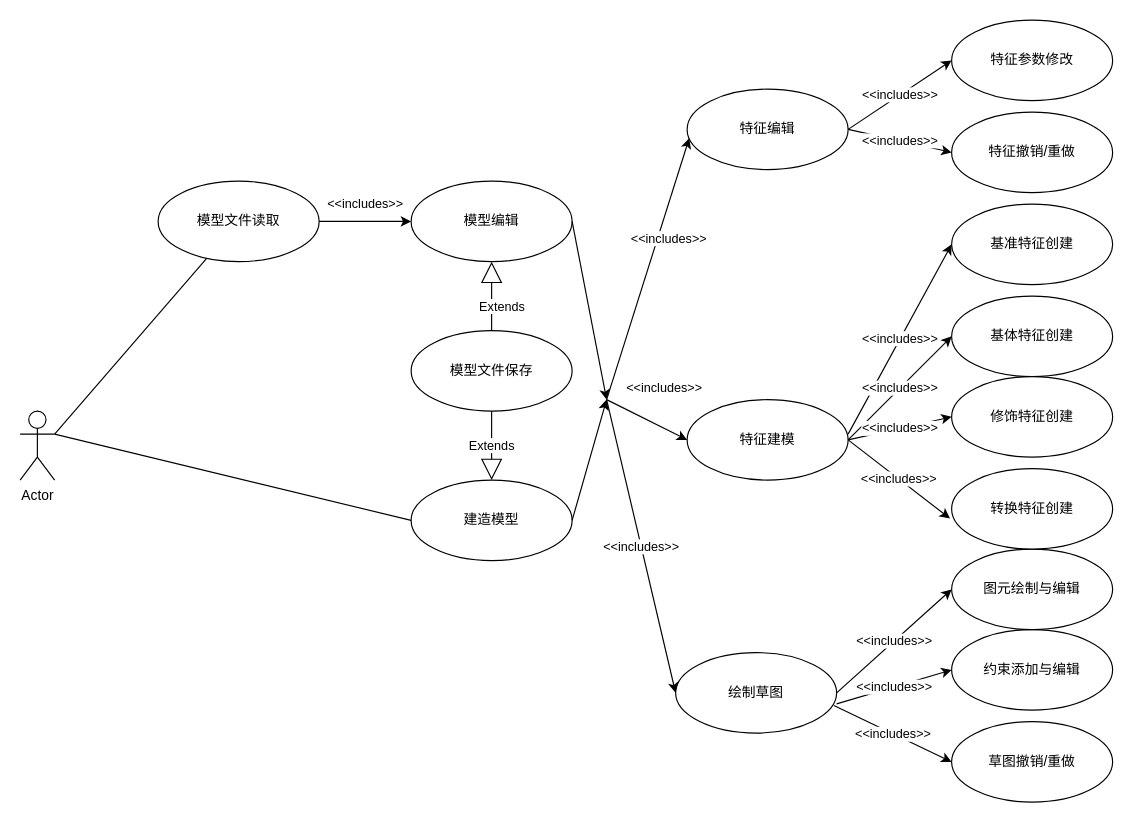
Earlier version of the draw.io diagram 用例图.drawio (liuhuliuhu123/First-test). Source tidied: cells renumbered, new cells numbered last; positions are measured from the earlier drawing's top-left corner, leaving out a move shared by most shapes. Both pictures are drawn from the tidied source at 115%, with x=0, y=0 at pixel (20, 20).
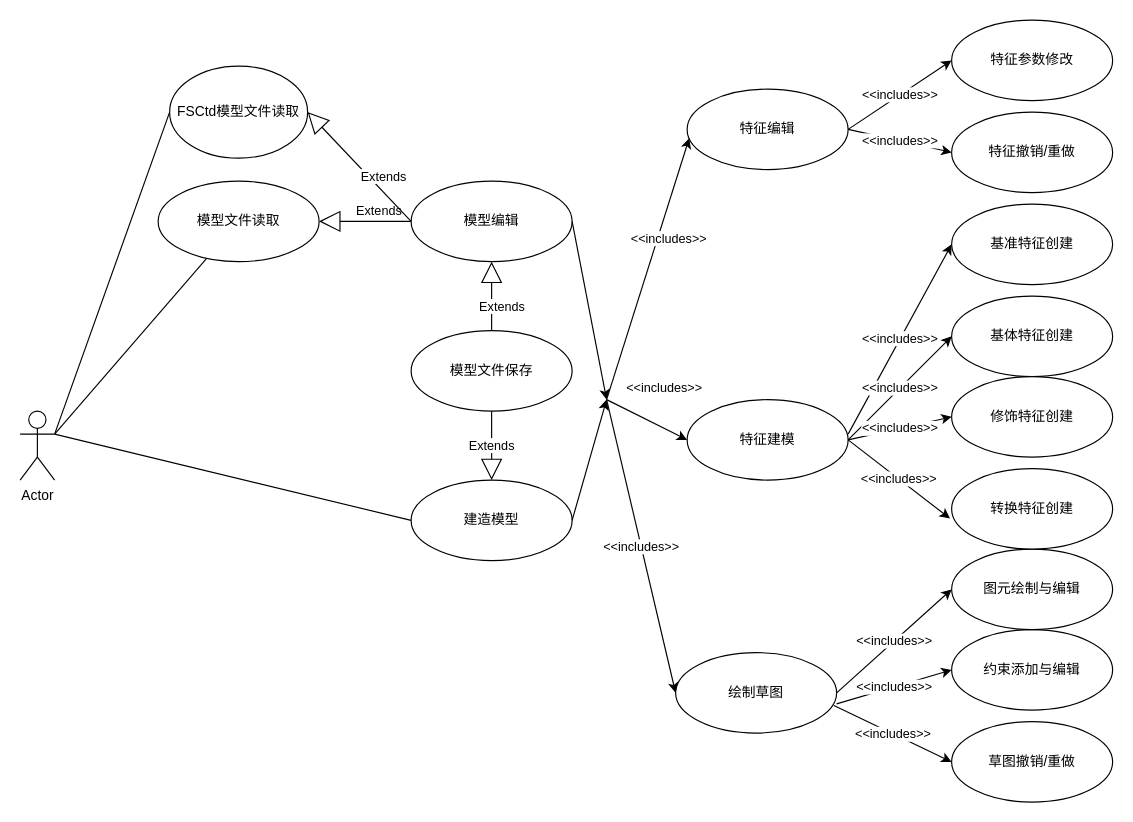
The same diagram, later.

Commit message:
更新用例图.drawio

The change refers to these unchanged cells:
```xml
<mxCell id="2" value="Actor" style="shape=umlActor;verticalLabelPosition=bottom;verticalAlign=top;html=1;" parent="1" vertex="1">
  <mxGeometry y="340" width="30" height="60" as="geometry" />
</mxCell>
<mxCell id="7" value="模型文件读取" style="ellipse;whiteSpace=wrap;html=1;" parent="1" vertex="1">
  <mxGeometry x="120" y="140" width="140" height="70" as="geometry" />
</mxCell>
<mxCell id="26" value="模型编辑" style="ellipse;whiteSpace=wrap;html=1;" parent="1" vertex="1">
  <mxGeometry x="340" y="140" width="140" height="70" as="geometry" />
</mxCell>
```

The edit, as a diff of the source:
```diff
@@
-    <mxCell id="25" value="&amp;lt;&amp;lt;includes&amp;gt;&amp;gt;" style="endArrow=classic;html=1;rounded=0;exitX=1;exitY=0.5;exitDx=0;exitDy=0;entryX=0;entryY=0.5;entryDx=0;entryDy=0;" parent="1" edge="1" source="7" target="26">
-      <mxGeometry y="15" relative="1" as="geometry" />
-    </mxCell>
@@
+    <mxCell id="38" value="Extends" style="endArrow=block;endSize=16;endFill=0;html=1;rounded=0;exitX=0;exitY=0.5;exitDx=0;exitDy=0;entryX=1;entryY=0.5;entryDx=0;entryDy=0;" parent="1" edge="1" source="26" target="7">
+      <mxGeometry x="-0.31" y="-9" relative="1" as="geometry" />
+    </mxCell>
+    <mxCell id="39" value="FSCtd模型文件读取" style="ellipse;whiteSpace=wrap;html=1;" parent="1" vertex="1">
+      <mxGeometry x="130" y="40" width="120" height="80" as="geometry" />
+    </mxCell>
+    <mxCell id="40" value="Extends" style="endArrow=block;endSize=16;endFill=0;html=1;rounded=0;exitX=0;exitY=0.5;exitDx=0;exitDy=0;entryX=1;entryY=0.5;entryDx=0;entryDy=0;" parent="1" edge="1" source="26" target="39">
+      <mxGeometry x="-0.31" y="-9" relative="1" as="geometry" />
+    </mxCell>
+    <mxCell id="41" style="endArrow=none;html=1;rounded=0;exitX=1;exitY=0.3333333333333333;exitDx=0;exitDy=0;exitPerimeter=0;entryX=0;entryY=0.5;entryDx=0;entryDy=0;" parent="1" edge="1" source="2" target="39">
+      <mxGeometry relative="1" as="geometry" />
+    </mxCell>
```
